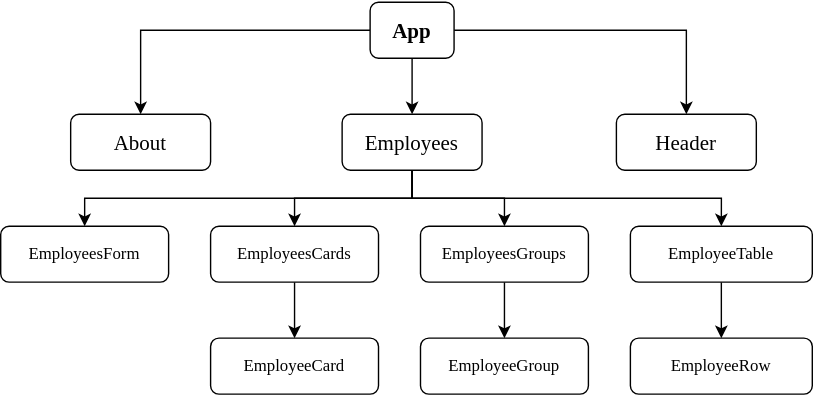
The draw.io diagram src/images/about/reactTreePic.svg in nougatcat/test-app, before a commit. Source tidied: cells renumbered, new cells last; positions are measured from the earlier drawing's top-left corner, leaving out a move shared by most shapes.
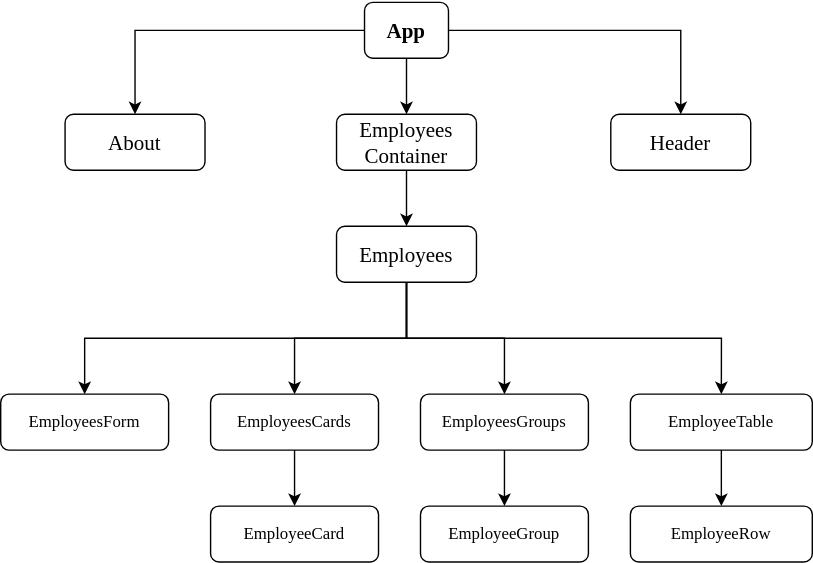
The same diagram one commit later.

Diff of the diagram source:
```diff
@@ -2,17 +2,17 @@
   <root>
     <mxCell id="0" />
     <mxCell id="1" parent="0" />
-    <mxCell id="2" style="edgeStyle=orthogonalEdgeStyle;rounded=0;jettySize=auto;html=1;entryX=0.5;entryY=0;entryDx=0;entryDy=0;" parent="1" edge="1" source="5" target="10">
-      <mxGeometry relative="1" as="geometry" />
-    </mxCell>
     <mxCell id="3" style="edgeStyle=orthogonalEdgeStyle;rounded=0;jettySize=auto;html=1;entryX=0.5;entryY=0;entryDx=0;entryDy=0;" parent="1" edge="1" source="5" target="12">
       <mxGeometry relative="1" as="geometry" />
     </mxCell>
     <mxCell id="4" style="edgeStyle=orthogonalEdgeStyle;rounded=0;jettySize=auto;html=1;entryX=0.5;entryY=0;entryDx=0;entryDy=0;" parent="1" edge="1" source="5" target="11">
       <mxGeometry relative="1" as="geometry" />
     </mxCell>
+    <mxCell id="23" style="edgeStyle=orthogonalEdgeStyle;rounded=0;jettySize=auto;html=1;entryX=0.5;entryY=0;entryDx=0;entryDy=0;" parent="1" edge="1" source="5" target="25">
+      <mxGeometry relative="1" as="geometry" />
+    </mxCell>
     <mxCell id="5" value="&lt;p&gt;&lt;b&gt;&lt;font face=&quot;Verdana&quot; style=&quot;font-size: 15px;&quot;&gt;App&lt;/font&gt;&lt;/b&gt;&lt;/p&gt;" style="rounded=1;whiteSpace=wrap;html=1;" parent="1" vertex="1">
-      <mxGeometry x="264" width="60" height="40" as="geometry" />
+      <mxGeometry x="260" y="-120" width="60" height="40" as="geometry" />
     </mxCell>
     <mxCell id="6" style="edgeStyle=orthogonalEdgeStyle;rounded=0;jettySize=auto;html=1;entryX=0.5;entryY=0;entryDx=0;entryDy=0;" parent="1" edge="1" source="10" target="14">
       <mxGeometry relative="1" as="geometry" />
@@ -27,13 +27,13 @@
       <mxGeometry relative="1" as="geometry" />
     </mxCell>
     <mxCell id="10" value="&lt;font style=&quot;font-size: 15px;&quot; face=&quot;Verdana&quot;&gt;Employees&lt;/font&gt;" style="rounded=1;whiteSpace=wrap;html=1;" parent="1" vertex="1">
-      <mxGeometry x="244" y="80" width="100" height="40" as="geometry" />
+      <mxGeometry x="240" y="40" width="100" height="40" as="geometry" />
     </mxCell>
     <mxCell id="11" value="&lt;font style=&quot;font-size: 15px;&quot; face=&quot;Verdana&quot;&gt;About&lt;/font&gt;" style="rounded=1;whiteSpace=wrap;html=1;glass=0;shadow=0;" parent="1" vertex="1">
-      <mxGeometry x="50" y="80" width="100" height="40" as="geometry" />
+      <mxGeometry x="46" y="-40" width="100" height="40" as="geometry" />
     </mxCell>
     <mxCell id="12" value="&lt;font face=&quot;Verdana&quot; style=&quot;font-size: 15px;&quot;&gt;Header&lt;/font&gt;" style="rounded=1;whiteSpace=wrap;html=1;" parent="1" vertex="1">
-      <mxGeometry x="440" y="80" width="100" height="40" as="geometry" />
+      <mxGeometry x="436" y="-40" width="100" height="40" as="geometry" />
     </mxCell>
     <mxCell id="13" style="edgeStyle=orthogonalEdgeStyle;rounded=0;jettySize=auto;html=1;entryX=0.5;entryY=0;entryDx=0;entryDy=0;" parent="1" edge="1" source="14" target="20">
       <mxGeometry relative="1" as="geometry" />
@@ -65,5 +65,11 @@
     <mxCell id="22" value="&lt;font face=&quot;Verdana&quot;&gt;EmployeeRow&lt;/font&gt;" style="rounded=1;whiteSpace=wrap;html=1;" parent="1" vertex="1">
       <mxGeometry x="450" y="240" width="130" height="40" as="geometry" />
     </mxCell>
+    <mxCell id="24" style="edgeStyle=orthogonalEdgeStyle;rounded=0;jettySize=auto;html=1;entryX=0.5;entryY=0;entryDx=0;entryDy=0;" parent="1" edge="1" source="25" target="10">
+      <mxGeometry relative="1" as="geometry" />
+    </mxCell>
+    <mxCell id="25" value="&lt;div&gt;&lt;font style=&quot;font-size: 15px;&quot; face=&quot;Verdana&quot;&gt;Employees&lt;/font&gt;&lt;/div&gt;&lt;div&gt;&lt;font style=&quot;font-size: 15px;&quot; face=&quot;Verdana&quot;&gt;Container&lt;br&gt;&lt;/font&gt;&lt;/div&gt;" style="rounded=1;whiteSpace=wrap;html=1;" parent="1" vertex="1">
+      <mxGeometry x="240" y="-40" width="100" height="40" as="geometry" />
+    </mxCell>
   </root>
 </mxGraphModel>
```
